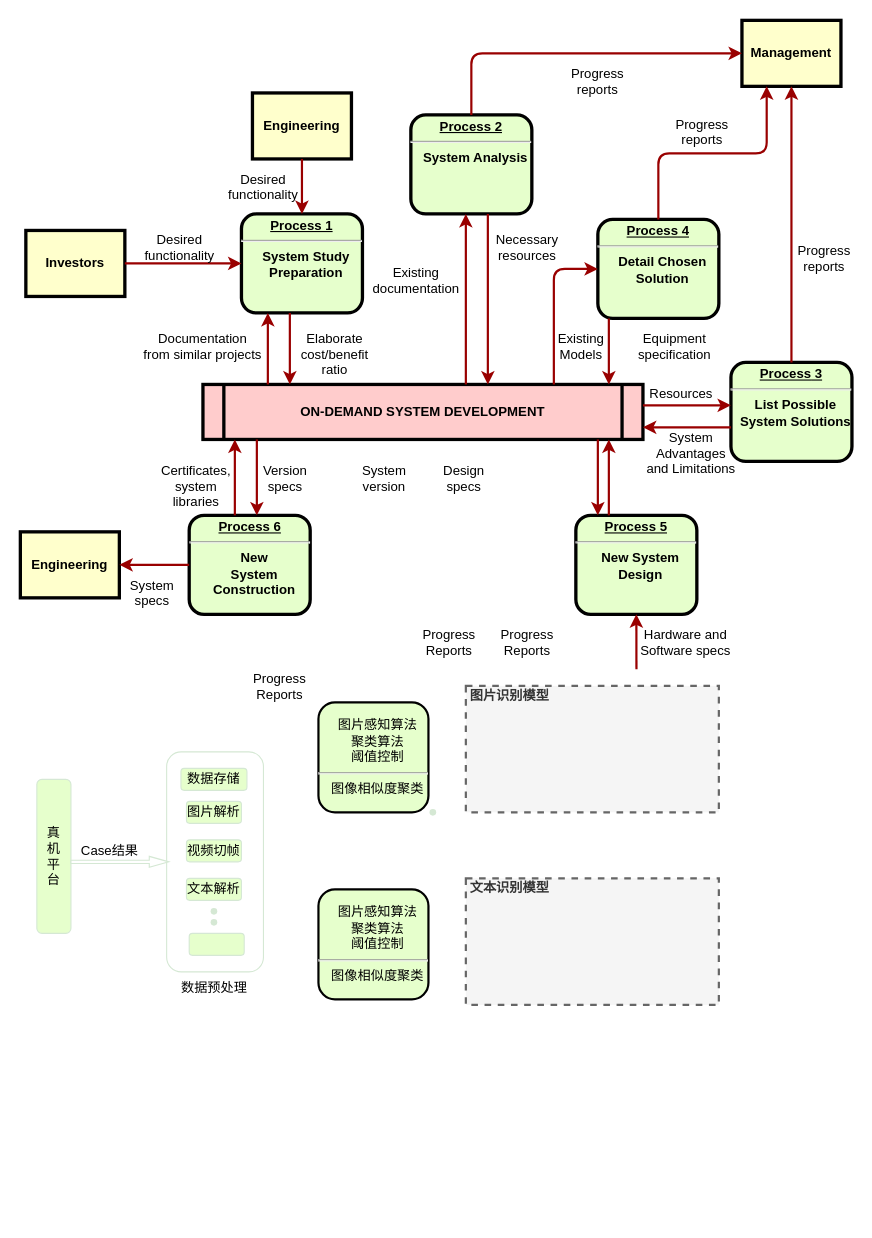
GeekTemo/ads_simulation keeps this draw.io diagram as simulation/未命名绘图.drawio. Above is the earlier version. Source tidied: cells renumbered, new cells numbered last; positions are measured from the earlier drawing's top-left corner, leaving out a move shared by most shapes. Both pictures are drawn from the tidied source at 110%, with x=0, y=0 at pixel (20, 20).
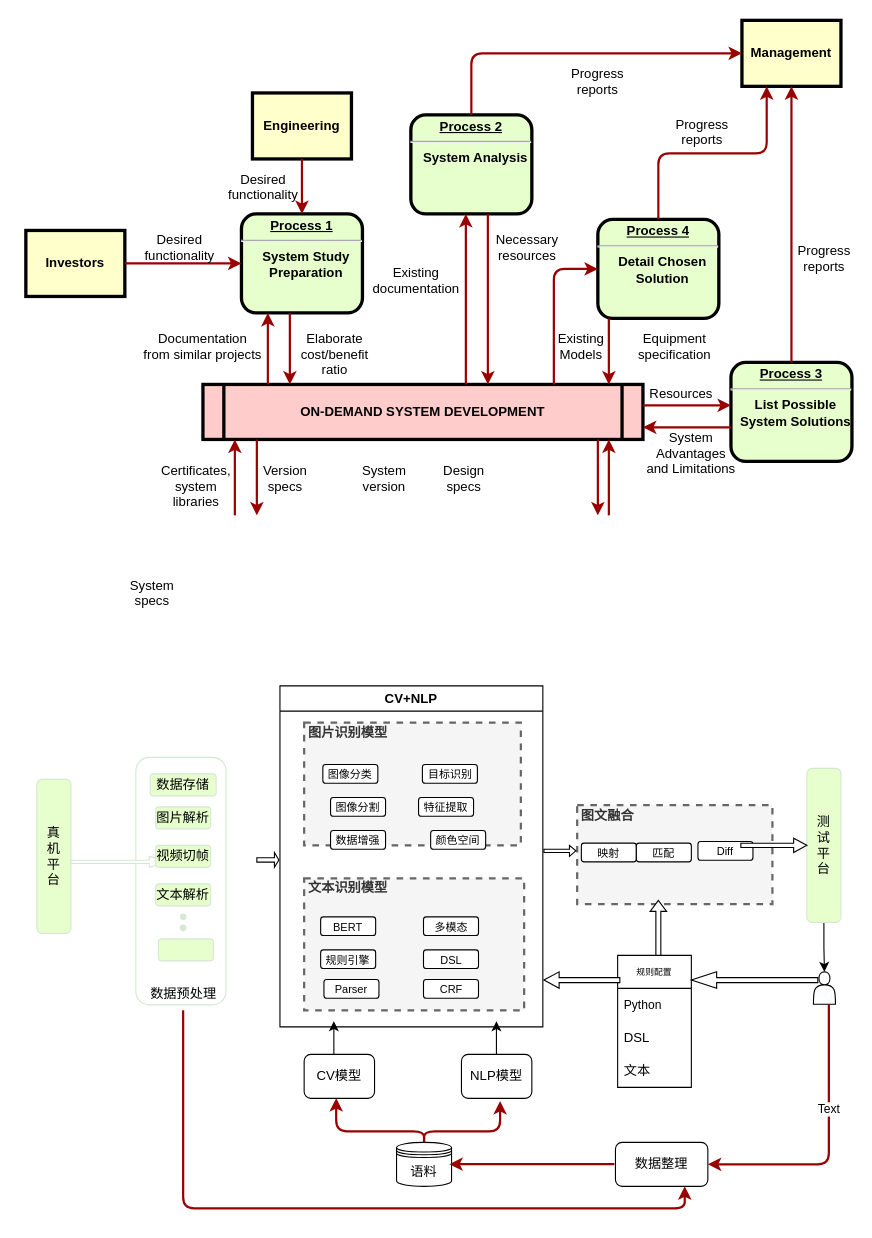
After the change.

Commit message:
音画不一致系统架构图.drawio

The change refers to these unchanged cells:
```xml
<mxCell id="5" value="ON-DEMAND SYSTEM DEVELOPMENT" style="shape=process;whiteSpace=wrap;align=center;verticalAlign=middle;size=0.0475;fontStyle=1;strokeWidth=3;fillColor=#FFCCCC;" parent="1" vertex="1">
  <mxGeometry x="166" y="331" width="400" height="50" as="geometry" />
</mxCell>
```

Change to the diagram source:
```diff
@@
-    <mxCell id="9" value="&lt;p style=&quot;margin: 0px; margin-top: 4px; text-align: center; text-decoration: underline;&quot;&gt;&lt;strong&gt;&lt;strong&gt;Process&lt;/strong&gt; 5&lt;br /&gt;&lt;/strong&gt;&lt;/p&gt;&lt;hr /&gt;&lt;p style=&quot;margin: 0px; margin-left: 8px;&quot;&gt;New System&lt;/p&gt;&lt;p style=&quot;margin: 0px; margin-left: 8px;&quot;&gt;Design&lt;/p&gt;" style="verticalAlign=middle;align=center;overflow=fill;fontSize=12;fontFamily=Helvetica;html=1;rounded=1;fontStyle=1;strokeWidth=3;fillColor=#E6FFCC;" parent="1" vertex="1">
-      <mxGeometry x="505" y="450" width="110" height="90" as="geometry" />
-    </mxCell>
-    <mxCell id="10" value="&lt;p style=&quot;margin: 0px; margin-top: 4px; text-align: center; text-decoration: underline;&quot;&gt;&lt;strong&gt;&lt;strong&gt;Process&lt;/strong&gt; 6&lt;br /&gt;&lt;/strong&gt;&lt;/p&gt;&lt;hr /&gt;&lt;p style=&quot;margin: 0px; margin-left: 8px;&quot;&gt;New&lt;/p&gt;&lt;p style=&quot;margin: 0px; margin-left: 8px;&quot;&gt;System&lt;/p&gt;&lt;p style=&quot;margin: 0px; margin-left: 8px;&quot;&gt;Construction&lt;/p&gt;" style="verticalAlign=middle;align=center;overflow=fill;fontSize=12;fontFamily=Helvetica;html=1;rounded=1;fontStyle=1;strokeWidth=3;fillColor=#E6FFCC;" parent="1" vertex="1">
-      <mxGeometry x="153.5" y="450" width="110" height="90" as="geometry" />
-    </mxCell>
@@
-    <mxCell id="12" value="Engineering" style="whiteSpace=wrap;align=center;verticalAlign=middle;fontStyle=1;strokeWidth=3;fillColor=#FFFFCC;" parent="1" vertex="1">
-      <mxGeometry y="465" width="90" height="60" as="geometry" />
-    </mxCell>
@@
-    <mxCell id="15" value="&lt;p style=&quot;margin: 0px 0px 0px 8px;&quot;&gt;&lt;br&gt;&lt;/p&gt;&lt;p style=&quot;margin: 0px 0px 0px 8px;&quot;&gt;图片感知算法&lt;/p&gt;&lt;p style=&quot;margin: 0px 0px 0px 8px;&quot;&gt;聚类算法&lt;/p&gt;&lt;p style=&quot;margin: 0px 0px 0px 8px;&quot;&gt;阈值控制&lt;/p&gt;&lt;hr&gt;&lt;p style=&quot;margin: 0px; margin-left: 8px;&quot;&gt;图像相似度聚类&lt;/p&gt;" style="verticalAlign=middle;align=center;overflow=fill;fontSize=12;fontFamily=Helvetica;html=1;rounded=1;fontStyle=0;strokeWidth=2;fillColor=#E6FFCC;" parent="1" vertex="1">
-      <mxGeometry x="271" y="620" width="100" height="100" as="geometry" />
-    </mxCell>
@@
-    <mxCell id="40" style="edgeStyle=elbowEdgeStyle;elbow=horizontal;strokeColor=#990000;strokeWidth=2;" parent="1" edge="1" source="9" target="5">
+    <mxCell id="40" style="edgeStyle=elbowEdgeStyle;elbow=horizontal;strokeColor=#990000;strokeWidth=2;" parent="1" edge="1" target="5">
       <mxGeometry relative="1" as="geometry">
+        <mxPoint x="535" y="450" as="sourcePoint" />
         <Array as="points">
           <mxPoint x="535" y="410" />
         </Array>
       </mxGeometry>
     </mxCell>
-    <mxCell id="41" style="edgeStyle=elbowEdgeStyle;elbow=horizontal;strokeColor=#990000;strokeWidth=2;" parent="1" edge="1" source="5" target="9">
+    <mxCell id="41" style="edgeStyle=elbowEdgeStyle;elbow=horizontal;strokeColor=#990000;strokeWidth=2;" parent="1" edge="1" source="5">
       <mxGeometry relative="1" as="geometry">
+        <mxPoint x="525" y="450" as="targetPoint" />
         <Array as="points">
           <mxPoint x="525" y="420" />
         </Array>
       </mxGeometry>
     </mxCell>
-    <mxCell id="42" style="edgeStyle=elbowEdgeStyle;elbow=horizontal;strokeColor=#990000;strokeWidth=2;" parent="1" edge="1" target="9">
-      <mxGeometry relative="1" as="geometry">
-        <mxPoint x="560.1" y="590" as="sourcePoint" />
-      </mxGeometry>
-    </mxCell>
-    <mxCell id="43" value="Hardware and&#10;Software specs" style="text;spacingTop=-5;align=center;" parent="1" vertex="1">
-      <mxGeometry x="590" y="550" width="30" height="20" as="geometry" />
-    </mxCell>
-    <mxCell id="44" value="Progress&#10;Reports" style="text;spacingTop=-5;align=center;" parent="1" vertex="1">
-      <mxGeometry x="446" y="550" width="30" height="20" as="geometry" />
-    </mxCell>
-    <mxCell id="45" value="Progress&#10;Reports" style="text;spacingTop=-5;align=center;" parent="1" vertex="1">
-      <mxGeometry x="375" y="550" width="30" height="20" as="geometry" />
-    </mxCell>
-    <mxCell id="46" value="Progress&#10;Reports" style="text;spacingTop=-5;align=center;" parent="1" vertex="1">
-      <mxGeometry x="221" y="590" width="30" height="20" as="geometry" />
-    </mxCell>
-    <mxCell id="47" style="edgeStyle=elbowEdgeStyle;elbow=vertical;strokeColor=#990000;strokeWidth=2;" parent="1" edge="1" source="10" target="12">
-      <mxGeometry relative="1" as="geometry" />
+    <mxCell id="47" style="edgeStyle=elbowEdgeStyle;elbow=vertical;strokeColor=#990000;strokeWidth=2;entryX=0.455;entryY=0.995;entryDx=0;entryDy=0;entryPerimeter=0;exitX=0.5;exitY=0;exitDx=0;exitDy=0;" parent="1" edge="1" source="91" target="95">
+      <mxGeometry relative="1" as="geometry">
+        <Array as="points">
+          <mxPoint x="375" y="1010" />
+        </Array>
+      </mxGeometry>
     </mxCell>
@@
-    <mxCell id="50" style="edgeStyle=elbowEdgeStyle;elbow=horizontal;strokeColor=#990000;strokeWidth=2;" parent="1" edge="1" source="5" target="10">
+    <mxCell id="50" style="edgeStyle=elbowEdgeStyle;elbow=horizontal;strokeColor=#990000;strokeWidth=2;" parent="1" edge="1" source="5">
       <mxGeometry relative="1" as="geometry">
+        <mxPoint x="215" y="450" as="targetPoint" />
         <Array as="points">
           <mxPoint x="215" y="410" />
         </Array>
       </mxGeometry>
     </mxCell>
-    <mxCell id="51" style="edgeStyle=elbowEdgeStyle;elbow=horizontal;strokeColor=#990000;strokeWidth=2;" parent="1" edge="1" source="10" target="5">
+    <mxCell id="51" style="edgeStyle=elbowEdgeStyle;elbow=horizontal;strokeColor=#990000;strokeWidth=2;" parent="1" edge="1" target="5">
       <mxGeometry relative="1" as="geometry">
+        <mxPoint x="195" y="450" as="sourcePoint" />
         <Array as="points">
           <mxPoint x="195" y="410" />
         </Array>
       </mxGeometry>
     </mxCell>
@@
     <mxCell id="56" style="rounded=1;whiteSpace=wrap;html=1;strokeColor=#D5E8D4;fillColor=#FFFFFF;" parent="1" vertex="1">
-      <mxGeometry x="133" y="665" width="88" height="200" as="geometry" />
+      <mxGeometry x="105" y="670" width="82" height="225" as="geometry" />
     </mxCell>
     <mxCell id="57" value="数据存储" style="rounded=1;whiteSpace=wrap;html=1;strokeColor=#D5E8D4;fillColor=#E6FFCC;" parent="1" vertex="1">
-      <mxGeometry x="146" y="680" width="60" height="20" as="geometry" />
+      <mxGeometry x="118" y="685" width="60" height="20" as="geometry" />
     </mxCell>
     <mxCell id="58" value="图片解析" style="rounded=1;whiteSpace=wrap;html=1;strokeColor=#D5E8D4;fillColor=#E6FFCC;" parent="1" vertex="1">
-      <mxGeometry x="151" y="710" width="50" height="20" as="geometry" />
+      <mxGeometry x="123" y="715" width="50" height="20" as="geometry" />
     </mxCell>
@@
-    <mxCell id="60" value="Case结果" style="text;html=1;align=center;verticalAlign=middle;strokeColor=none;fillColor=none;" parent="1" vertex="1">
-      <mxGeometry x="41" y="740" width="80" height="30" as="geometry" />
-    </mxCell>
     <mxCell id="61" value="视频切帧" style="rounded=1;whiteSpace=wrap;html=1;strokeColor=#D5E8D4;fillColor=#E6FFCC;" parent="1" vertex="1">
-      <mxGeometry x="151" y="745" width="50" height="20" as="geometry" />
+      <mxGeometry x="123" y="750" width="50" height="20" as="geometry" />
     </mxCell>
     <mxCell id="62" value="文本解析" style="rounded=1;whiteSpace=wrap;html=1;strokeColor=#D5E8D4;fillColor=#E6FFCC;" parent="1" vertex="1">
-      <mxGeometry x="151" y="780" width="50" height="20" as="geometry" />
+      <mxGeometry x="123" y="785" width="50" height="20" as="geometry" />
     </mxCell>
     <mxCell id="63" style="rounded=1;whiteSpace=wrap;html=1;strokeColor=#D5E8D4;fillColor=#E6FFCC;" parent="1" vertex="1">
-      <mxGeometry x="153.5" y="830" width="50" height="20" as="geometry" />
+      <mxGeometry x="125.5" y="835" width="50" height="20" as="geometry" />
     </mxCell>
     <mxCell id="64" style="shape=waypoint;sketch=0;fillStyle=solid;size=6;fillColor=none;perimeter=centerPerimeter;strokeColor=#D5E8D4;" parent="1" vertex="1">
-      <mxGeometry x="355" y="700" width="40" height="40" as="geometry" />
+      <mxGeometry x="302" y="713.5" width="40" height="40" as="geometry" />
     </mxCell>
     <mxCell id="65" style="shape=waypoint;sketch=0;fillStyle=solid;size=6;fillColor=none;perimeter=centerPerimeter;strokeColor=#D5E8D4;" parent="1" vertex="1">
-      <mxGeometry x="156" y="790" width="40" height="40" as="geometry" />
+      <mxGeometry x="128" y="795" width="40" height="40" as="geometry" />
     </mxCell>
     <mxCell id="66" style="shape=waypoint;sketch=0;fillStyle=solid;size=6;fillColor=none;perimeter=centerPerimeter;strokeColor=#D5E8D4;" parent="1" vertex="1">
-      <mxGeometry x="156" y="800" width="40" height="40" as="geometry" />
+      <mxGeometry x="128" y="805" width="40" height="40" as="geometry" />
     </mxCell>
     <mxCell id="67" value="数据预处理" style="text;html=1;align=center;verticalAlign=middle;points=[];strokeColor=none;fillColor=none;" parent="1" vertex="1">
-      <mxGeometry x="136" y="865" width="80" height="30" as="geometry" />
+      <mxGeometry x="108" y="870" width="80" height="30" as="geometry" />
     </mxCell>
     <mxCell id="68" value="图片识别模型" style="html=1;fontStyle=1;align=left;verticalAlign=top;spacing=0;labelBorderColor=none;dashed=1;strokeWidth=2;spacingLeft=4;spacingTop=-3;strokeColor=#666666;fillColor=#f5f5f5;fontColor=#333333;" parent="1" vertex="1">
-      <mxGeometry x="405" y="605" width="230" height="115" as="geometry" />
+      <mxGeometry x="258" y="638.5" width="197" height="111.5" as="geometry" />
     </mxCell>
-    <mxCell id="69" value="&lt;p style=&quot;margin: 0px 0px 0px 8px;&quot;&gt;&lt;br&gt;&lt;/p&gt;&lt;p style=&quot;margin: 0px 0px 0px 8px;&quot;&gt;图片感知算法&lt;/p&gt;&lt;p style=&quot;margin: 0px 0px 0px 8px;&quot;&gt;聚类算法&lt;/p&gt;&lt;p style=&quot;margin: 0px 0px 0px 8px;&quot;&gt;阈值控制&lt;/p&gt;&lt;hr&gt;&lt;p style=&quot;margin: 0px; margin-left: 8px;&quot;&gt;图像相似度聚类&lt;/p&gt;" style="verticalAlign=middle;align=center;overflow=fill;fontSize=12;fontFamily=Helvetica;html=1;rounded=1;fontStyle=0;strokeWidth=2;fillColor=#E6FFCC;" parent="1" vertex="1">
-      <mxGeometry x="271" y="790" width="100" height="100" as="geometry" />
-    </mxCell>
     <mxCell id="70" value="文本识别模型" style="html=1;fontColor=#333333;fontStyle=1;align=left;verticalAlign=top;spacing=0;labelBorderColor=none;fillColor=#f5f5f5;dashed=1;strokeWidth=2;strokeColor=#666666;spacingLeft=4;spacingTop=-3;" parent="1" vertex="1">
-      <mxGeometry x="405" y="780" width="230" height="115" as="geometry" />
+      <mxGeometry x="258" y="780" width="200" height="120" as="geometry" />
     </mxCell>
+    <mxCell id="71" value="&lt;font style=&quot;font-size: 10px;&quot;&gt;数据增强&lt;/font&gt;" style="rounded=1;whiteSpace=wrap;html=1;fontSize=10;" parent="1" vertex="1">
+      <mxGeometry x="282" y="736.5" width="50" height="17" as="geometry" />
+    </mxCell>
+    <mxCell id="72" value="&lt;font style=&quot;font-size: 10px;&quot;&gt;颜色空间&lt;/font&gt;" style="rounded=1;whiteSpace=wrap;html=1;fontSize=10;" parent="1" vertex="1">
+      <mxGeometry x="373" y="736.5" width="50" height="17" as="geometry" />
+    </mxCell>
+    <mxCell id="73" value="图像分割" style="rounded=1;whiteSpace=wrap;html=1;fontSize=10;" parent="1" vertex="1">
+      <mxGeometry x="282" y="706.5" width="50" height="17" as="geometry" />
+    </mxCell>
+    <mxCell id="74" value="特征提取" style="rounded=1;whiteSpace=wrap;html=1;fontSize=10;" parent="1" vertex="1">
+      <mxGeometry x="362" y="706.5" width="50" height="17" as="geometry" />
+    </mxCell>
+    <mxCell id="75" value="图像分类" style="rounded=1;whiteSpace=wrap;html=1;fontSize=10;" parent="1" vertex="1">
+      <mxGeometry x="275" y="676.5" width="50" height="17" as="geometry" />
+    </mxCell>
+    <mxCell id="76" value="目标识别" style="rounded=1;whiteSpace=wrap;html=1;fontSize=10;" parent="1" vertex="1">
+      <mxGeometry x="365.5" y="676.5" width="50" height="17" as="geometry" />
+    </mxCell>
+    <mxCell id="77" value="Parser" style="rounded=1;whiteSpace=wrap;html=1;fontSize=10;" parent="1" vertex="1">
+      <mxGeometry x="276" y="872" width="50" height="17" as="geometry" />
+    </mxCell>
+    <mxCell id="78" value="DSL" style="rounded=1;whiteSpace=wrap;html=1;fontSize=10;" parent="1" vertex="1">
+      <mxGeometry x="366.5" y="845" width="50" height="17" as="geometry" />
+    </mxCell>
+    <mxCell id="79" value="BERT" style="rounded=1;whiteSpace=wrap;html=1;fontSize=10;" parent="1" vertex="1">
+      <mxGeometry x="273" y="815" width="50" height="17" as="geometry" />
+    </mxCell>
+    <mxCell id="80" value="多模态" style="rounded=1;whiteSpace=wrap;html=1;fontSize=10;" parent="1" vertex="1">
+      <mxGeometry x="366.5" y="815" width="50" height="17" as="geometry" />
+    </mxCell>
+    <mxCell id="81" value="规则引擎" style="rounded=1;whiteSpace=wrap;html=1;fontSize=10;" parent="1" vertex="1">
+      <mxGeometry x="273" y="845" width="50" height="17" as="geometry" />
+    </mxCell>
+    <mxCell id="82" value="CRF" style="rounded=1;whiteSpace=wrap;html=1;fontSize=10;" parent="1" vertex="1">
+      <mxGeometry x="366.5" y="872" width="50" height="17" as="geometry" />
+    </mxCell>
+    <mxCell id="83" style="edgeStyle=orthogonalEdgeStyle;rounded=0;orthogonalLoop=1;jettySize=auto;html=1;exitX=0.5;exitY=1;exitDx=0;exitDy=0;" parent="1" edge="1" source="77" target="77">
+      <mxGeometry relative="1" as="geometry" />
+    </mxCell>
+    <mxCell id="84" value="图文融合" style="html=1;fontStyle=1;align=left;verticalAlign=top;spacing=0;labelBorderColor=none;dashed=1;strokeWidth=2;spacingLeft=4;spacingTop=-3;strokeColor=#666666;fillColor=#f5f5f5;fontColor=#333333;" parent="1" vertex="1">
+      <mxGeometry x="506.2" y="713.5" width="177.5" height="90" as="geometry" />
+    </mxCell>
+    <mxCell id="85" value="映射" style="rounded=1;whiteSpace=wrap;html=1;fontSize=10;" parent="1" vertex="1">
+      <mxGeometry x="510" y="748" width="50" height="17" as="geometry" />
+    </mxCell>
+    <mxCell id="86" value="匹配" style="rounded=1;whiteSpace=wrap;html=1;fontSize=10;" parent="1" vertex="1">
+      <mxGeometry x="560" y="748" width="50" height="17" as="geometry" />
+    </mxCell>
+    <mxCell id="87" value="Diff" style="rounded=1;whiteSpace=wrap;html=1;fontSize=10;" parent="1" vertex="1">
+      <mxGeometry x="616" y="746.5" width="50" height="17" as="geometry" />
+    </mxCell>
+    <mxCell id="88" style="edgeStyle=orthogonalEdgeStyle;rounded=0;jettySize=auto;html=1;exitX=0.5;exitY=1;exitDx=0;exitDy=0;" parent="1" edge="1" source="89" target="92">
+      <mxGeometry relative="1" as="geometry" />
+    </mxCell>
+    <mxCell id="89" value="测&lt;br&gt;试&lt;br&gt;平&lt;br&gt;台" style="rounded=1;whiteSpace=wrap;html=1;fillColor=#E6FFCC;strokeColor=#D5E8D4;" parent="1" vertex="1">
+      <mxGeometry x="715" y="680" width="31" height="140" as="geometry" />
+    </mxCell>
+    <mxCell id="90" style="shape=singleArrow;whiteSpace=wrap;html=1;" parent="1" vertex="1">
+      <mxGeometry x="655" y="743.5" width="60" height="13" as="geometry" />
+    </mxCell>
+    <mxCell id="91" value="语料" style="shape=datastore;whiteSpace=wrap;html=1;" parent="1" vertex="1">
+      <mxGeometry x="342" y="1020" width="50" height="40" as="geometry" />
+    </mxCell>
+    <mxCell id="92" style="shape=actor;whiteSpace=wrap;html=1;" parent="1" vertex="1">
+      <mxGeometry x="721" y="865" width="20" height="29.5" as="geometry" />
+    </mxCell>
+    <mxCell id="93" value="数据整理" style="rounded=1;whiteSpace=wrap;html=1;" parent="1" vertex="1">
+      <mxGeometry x="541" y="1020" width="84" height="40" as="geometry" />
+    </mxCell>
+    <mxCell id="94" value="NLP模型" style="rounded=1;whiteSpace=wrap;html=1;" parent="1" vertex="1">
+      <mxGeometry x="401" y="940" width="64" height="40" as="geometry" />
+    </mxCell>
+    <mxCell id="95" value="CV模型" style="rounded=1;whiteSpace=wrap;html=1;" parent="1" vertex="1">
+      <mxGeometry x="258" y="940" width="64" height="40" as="geometry" />
+    </mxCell>
+    <mxCell id="96" value="CV+NLP" style="swimlane;whiteSpace=wrap;html=1;" parent="1" vertex="1">
+      <mxGeometry x="236" y="605" width="239" height="310" as="geometry" />
+    </mxCell>
+    <mxCell id="97" style="endArrow=classic;html=1;rounded=0;" parent="96" edge="1">
+      <mxGeometry relative="1" as="geometry">
+        <mxPoint x="49" y="335" as="sourcePoint" />
+        <mxPoint x="49" y="305" as="targetPoint" />
+      </mxGeometry>
+    </mxCell>
+    <mxCell id="98" style="endArrow=classic;html=1;rounded=0;" parent="96" edge="1">
+      <mxGeometry relative="1" as="geometry">
+        <mxPoint x="196.8" y="335" as="sourcePoint" />
+        <mxPoint x="196.8" y="305" as="targetPoint" />
+      </mxGeometry>
+    </mxCell>
+    <mxCell id="99" style="edgeStyle=elbowEdgeStyle;elbow=vertical;strokeColor=#990000;strokeWidth=2;entryX=0.549;entryY=1.059;entryDx=0;entryDy=0;entryPerimeter=0;" parent="1" edge="1" source="91" target="94">
+      <mxGeometry relative="1" as="geometry">
+        <Array as="points">
+          <mxPoint x="405" y="1010" />
+        </Array>
+      </mxGeometry>
+    </mxCell>
+    <mxCell id="100" value="规则配置" style="swimlane;fontStyle=0;horizontal=1;startSize=30;whiteSpace=wrap;html=1;fontSize=8;" parent="1" vertex="1">
+      <mxGeometry x="543" y="850" width="67" height="120" as="geometry" />
+    </mxCell>
+    <mxCell id="101" value="&lt;font style=&quot;font-size: 11px;&quot;&gt;Python&lt;/font&gt;" style="text;strokeColor=none;fillColor=none;align=left;verticalAlign=middle;spacingLeft=4;spacingRight=4;overflow=hidden;whiteSpace=wrap;html=1;" parent="100" vertex="1">
+      <mxGeometry y="30" width="67" height="30" as="geometry" />
+    </mxCell>
+    <mxCell id="102" value="DSL" style="text;strokeColor=none;fillColor=none;align=left;verticalAlign=middle;spacingLeft=4;spacingRight=4;overflow=hidden;whiteSpace=wrap;html=1;" parent="100" vertex="1">
+      <mxGeometry y="60" width="67" height="30" as="geometry" />
+    </mxCell>
+    <mxCell id="103" value="文本" style="text;strokeColor=none;fillColor=none;align=left;verticalAlign=middle;spacingLeft=4;spacingRight=4;overflow=hidden;whiteSpace=wrap;html=1;" parent="100" vertex="1">
+      <mxGeometry y="90" width="67" height="30" as="geometry" />
+    </mxCell>
+    <mxCell id="104" style="shape=singleArrow;direction=north;whiteSpace=wrap;html=1;" parent="1" vertex="1">
+      <mxGeometry x="572.5" y="800" width="15" height="50" as="geometry" />
+    </mxCell>
+    <mxCell id="105" style="shape=singleArrow;direction=west;whiteSpace=wrap;html=1;" parent="1" vertex="1">
+      <mxGeometry x="476" y="865" width="69" height="15" as="geometry" />
+    </mxCell>
+    <mxCell id="106" style="shape=singleArrow;direction=west;whiteSpace=wrap;html=1;" parent="1" vertex="1">
+      <mxGeometry x="610" y="865" width="115" height="15" as="geometry" />
+    </mxCell>
+    <mxCell id="107" style="edgeStyle=elbowEdgeStyle;elbow=vertical;strokeColor=#990000;strokeWidth=2;entryX=0.75;entryY=1;entryDx=0;entryDy=0;" parent="1" edge="1" source="67" target="93">
+      <mxGeometry relative="1" as="geometry">
+        <Array as="points">
+          <mxPoint x="445" y="1080" />
+          <mxPoint x="345" y="1070" />
+          <mxPoint x="94" y="1038" />
+        </Array>
+      </mxGeometry>
+    </mxCell>
+    <mxCell id="108" style="shape=singleArrow;whiteSpace=wrap;html=1;" parent="1" vertex="1">
+      <mxGeometry x="476" y="750" width="29" height="10" as="geometry" />
+    </mxCell>
+    <mxCell id="109" style="shape=singleArrow;whiteSpace=wrap;html=1;" parent="1" vertex="1">
+      <mxGeometry x="215" y="756.5" width="20" height="13.5" as="geometry" />
+    </mxCell>
+    <mxCell id="110" style="endArrow=classic;html=1;rounded=0;strokeColor=#990000;strokeWidth=2;" parent="1" edge="1">
+      <mxGeometry relative="1" as="geometry">
+        <mxPoint x="540" y="1039.8" as="sourcePoint" />
+        <mxPoint x="390" y="1039.8" as="targetPoint" />
+      </mxGeometry>
+    </mxCell>
+    <mxCell id="111" style="edgeStyle=elbowEdgeStyle;elbow=vertical;strokeColor=#990000;strokeWidth=2;entryX=1;entryY=0.5;entryDx=0;entryDy=0;" parent="1" edge="1" target="93">
+      <mxGeometry relative="1" as="geometry">
+        <mxPoint x="735" y="894.5" as="sourcePoint" />
+        <Array as="points">
+          <mxPoint x="745" y="1040" />
+          <mxPoint x="773" y="884.5" />
+        </Array>
+      </mxGeometry>
+    </mxCell>
+    <mxCell id="112" value="Text" style="edgeLabel;html=1;align=center;verticalAlign=middle;" parent="111" vertex="1">
+      <mxGeometry x="-0.26" y="-1" relative="1" as="geometry" />
+    </mxCell>
```
